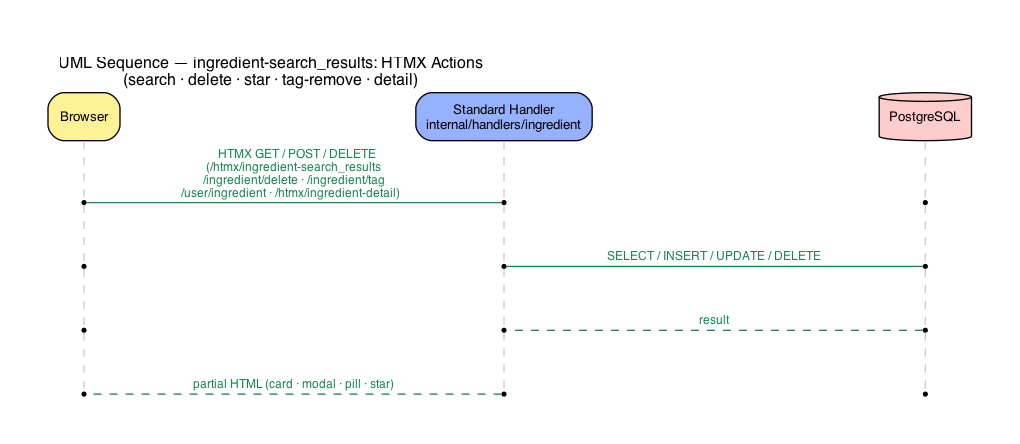
This is docs/flow_ingredient_search.png from CFF4HA/Dashboard, a Graphviz export, as it was before one commit. Its source is kept beside it as docs/flow_ingredient_search.dot. The source it was exported from:
```dot
digraph flow_ingredient_htmx {
  rankdir=TB
  graph [
    label="UML Sequence — ingredient-search_results: HTMX Actions\n(search · delete · star · tag-remove · detail)",
    labelloc=t, labeljust=l,
    fontname="Helvetica", fontsize=12,
    nodesep=2.0, ranksep=0.6,
    splines=polyline, pad=0.5
  ]
  node [fontname="Helvetica", fontsize=10, height=0.5]
  edge [fontname="Helvetica", fontsize=9, arrowsize=0.75]

  { rank=min
    Browser [label="Browser",                                     shape=rect,     style="filled,rounded", fillcolor="#fff196"]
    Handler [label="Standard Handler\ninternal/handlers/ingredient", shape=rect,  style="filled,rounded", fillcolor="#96b1ff"]
    DB      [label="PostgreSQL",                                   shape=cylinder, style=filled,           fillcolor="#ffcccc"]
  }

  node [shape=point, width=0.04, height=0.04, label=""]

  edge [style=dashed, arrowhead=none, color="#cccccc", weight=20]
  Browser -> b0 -> b1 -> b2 -> b3
  Handler -> h0 -> h1 -> h2 -> h3
  DB      -> d0 -> d1 -> d2 -> d3

  { rank=same; b0; h0; d0 }
  { rank=same; b1; h1; d1 }
  { rank=same; b2; h2; d2 }
  { rank=same; b3; h3; d3 }

  edge [constraint=false, fontsize=9]
  b0 -> h0 [label="  HTMX GET / POST / DELETE\n(/htmx/ingredient-search_results\n/ingredient/delete · /ingredient/tag\n/user/ingredient · /htmx/ingredient-detail)  ", style=solid,  color="#198754", fontcolor="#198754"]
  h1 -> d1 [label="  SELECT / INSERT / UPDATE / DELETE  ",                                                                                                               style=solid,  color="#198754", fontcolor="#198754"]
  d2 -> h2 [label="  result  ",                                                                                                                                           style=dashed, color="#198754", fontcolor="#198754"]
  h3 -> b3 [label="  partial HTML (card · modal · pill · star)  ",                                                                                                       style=dashed, color="#198754", fontcolor="#198754"]
}
```
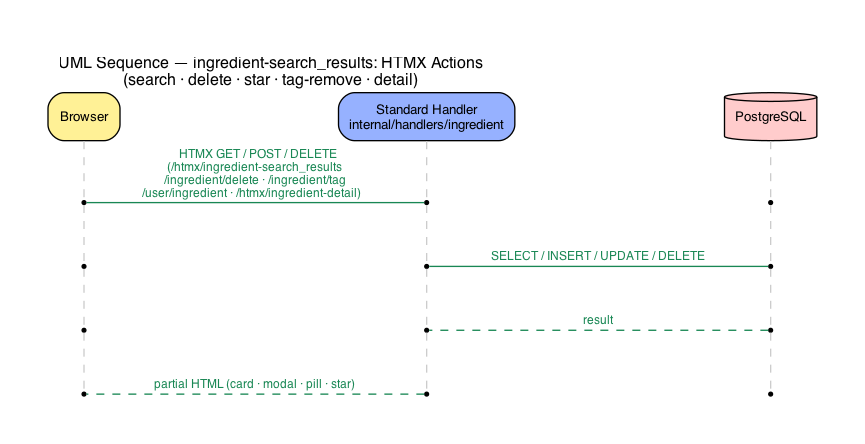
After the commit.

The edit, as a diff of the source:
```diff
@@ -4,8 +4,8 @@
     label="UML Sequence — ingredient-search_results: HTMX Actions\n(search · delete · star · tag-remove · detail)",
     labelloc=t, labeljust=l,
     fontname="Helvetica", fontsize=12,
-    nodesep=2.0, ranksep=0.6,
-    splines=polyline, pad=0.5
+    nodesep=1.2, ranksep=0.6,
+    splines=line, pad=0.5
   ]
   node [fontname="Helvetica", fontsize=10, height=0.5]
   edge [fontname="Helvetica", fontsize=9, arrowsize=0.75]
@@ -29,8 +29,8 @@
   { rank=same; b3; h3; d3 }
 
   edge [constraint=false, fontsize=9]
-  b0 -> h0 [label="  HTMX GET / POST / DELETE\n(/htmx/ingredient-search_results\n/ingredient/delete · /ingredient/tag\n/user/ingredient · /htmx/ingredient-detail)  ", style=solid,  color="#198754", fontcolor="#198754"]
-  h1 -> d1 [label="  SELECT / INSERT / UPDATE / DELETE  ",                                                                                                               style=solid,  color="#198754", fontcolor="#198754"]
-  d2 -> h2 [label="  result  ",                                                                                                                                           style=dashed, color="#198754", fontcolor="#198754"]
-  h3 -> b3 [label="  partial HTML (card · modal · pill · star)  ",                                                                                                       style=dashed, color="#198754", fontcolor="#198754"]
+  b0 -> h0 [label="  HTMX GET / POST / DELETE\n(/htmx/ingredient-search_results\n/ingredient/delete · /ingredient/tag\n/user/ingredient · /htmx/ingredient-detail)  \n", style=solid,  color="#198754", fontcolor="#198754"]
+  h1 -> d1 [label="  SELECT / INSERT / UPDATE / DELETE  \n",                                                                                                               style=solid,  color="#198754", fontcolor="#198754"]
+  d2 -> h2 [label="  result  \n",                                                                                                                                           style=dashed, color="#198754", fontcolor="#198754"]
+  h3 -> b3 [label="  partial HTML (card · modal · pill · star)  \n",                                                                                                       style=dashed, color="#198754", fontcolor="#198754"]
 }
```
